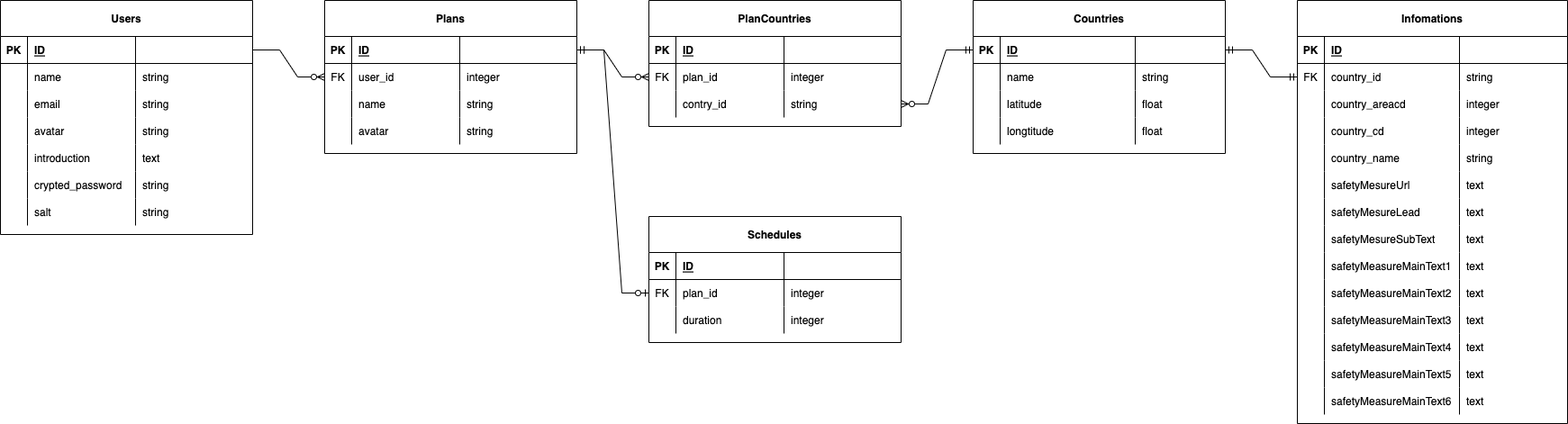
Earlier version of the draw.io export Round_Planner.drawio.png (tomitahisaki/portfolio). Source tidied: cells renumbered, new cells last; positions are measured from the earlier drawing's top-left corner, leaving out a move shared by most shapes.
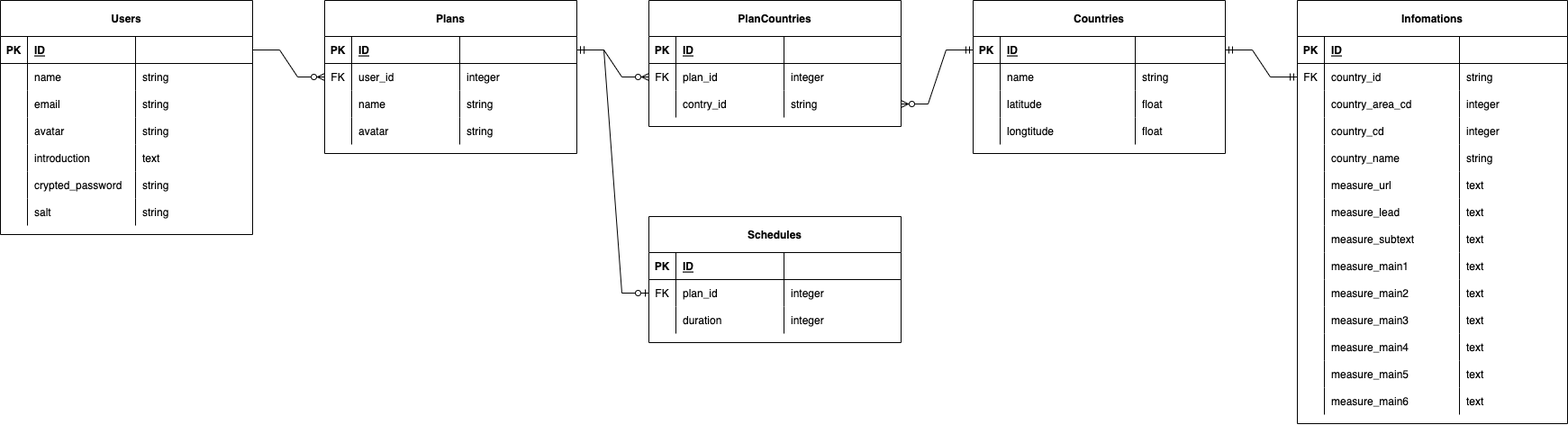
After the commit.

Commit message:
Round_Planner.drawio.png を追加しました。

Diff of the diagram source:
```diff
@@ -316,7 +316,7 @@
     <mxCell id="105" style="shape=partialRectangle;overflow=hidden;fillColor=none;top=0;left=0;bottom=0;right=0;labelBackgroundColor=none;rounded=0;" parent="104" vertex="1">
       <mxGeometry width="30" height="30" as="geometry" />
     </mxCell>
-    <mxCell id="106" value="country_areacd" style="shape=partialRectangle;overflow=hidden;fillColor=none;top=0;left=0;bottom=0;right=0;align=left;spacingLeft=6;labelBackgroundColor=none;rounded=0;" parent="104" vertex="1">
+    <mxCell id="106" value="country_area_cd" style="shape=partialRectangle;overflow=hidden;fillColor=none;top=0;left=0;bottom=0;right=0;align=left;spacingLeft=6;labelBackgroundColor=none;rounded=0;" parent="104" vertex="1">
       <mxGeometry x="30" width="150" height="30" as="geometry" />
     </mxCell>
     <mxCell id="107" value="integer" style="shape=partialRectangle;overflow=hidden;fillColor=none;top=0;left=0;bottom=0;right=0;align=left;spacingLeft=6;labelBackgroundColor=none;rounded=0;" parent="104" vertex="1">
@@ -352,7 +352,7 @@
     <mxCell id="117" style="shape=partialRectangle;overflow=hidden;fillColor=none;top=0;left=0;bottom=0;right=0;labelBackgroundColor=none;rounded=0;" parent="116" vertex="1">
       <mxGeometry width="30" height="30" as="geometry" />
     </mxCell>
-    <mxCell id="118" value="safetyMesureUrl" style="shape=partialRectangle;overflow=hidden;fillColor=none;top=0;left=0;bottom=0;right=0;align=left;spacingLeft=6;labelBackgroundColor=none;rounded=0;" parent="116" vertex="1">
+    <mxCell id="118" value="measure_url" style="shape=partialRectangle;overflow=hidden;fillColor=none;top=0;left=0;bottom=0;right=0;align=left;spacingLeft=6;labelBackgroundColor=none;rounded=0;" parent="116" vertex="1">
       <mxGeometry x="30" width="150" height="30" as="geometry" />
     </mxCell>
     <mxCell id="119" value="text" style="shape=partialRectangle;overflow=hidden;fillColor=none;top=0;left=0;bottom=0;right=0;align=left;spacingLeft=6;labelBackgroundColor=none;rounded=0;" parent="116" vertex="1">
@@ -364,7 +364,7 @@
     <mxCell id="121" style="shape=partialRectangle;overflow=hidden;fillColor=none;top=0;left=0;bottom=0;right=0;labelBackgroundColor=none;rounded=0;" parent="120" vertex="1">
       <mxGeometry width="30" height="30" as="geometry" />
     </mxCell>
-    <mxCell id="122" value="safetyMesureLead" style="shape=partialRectangle;overflow=hidden;fillColor=none;top=0;left=0;bottom=0;right=0;align=left;spacingLeft=6;labelBackgroundColor=none;rounded=0;" parent="120" vertex="1">
+    <mxCell id="122" value="measure_lead" style="shape=partialRectangle;overflow=hidden;fillColor=none;top=0;left=0;bottom=0;right=0;align=left;spacingLeft=6;labelBackgroundColor=none;rounded=0;" parent="120" vertex="1">
       <mxGeometry x="30" width="150" height="30" as="geometry" />
     </mxCell>
     <mxCell id="123" value="text" style="shape=partialRectangle;overflow=hidden;fillColor=none;top=0;left=0;bottom=0;right=0;align=left;spacingLeft=6;labelBackgroundColor=none;rounded=0;" parent="120" vertex="1">
@@ -376,7 +376,7 @@
     <mxCell id="125" style="shape=partialRectangle;overflow=hidden;fillColor=none;top=0;left=0;bottom=0;right=0;labelBackgroundColor=none;rounded=0;" parent="124" vertex="1">
       <mxGeometry width="30" height="30" as="geometry" />
     </mxCell>
-    <mxCell id="126" value="safetyMesureSubText" style="shape=partialRectangle;overflow=hidden;fillColor=none;top=0;left=0;bottom=0;right=0;align=left;spacingLeft=6;labelBackgroundColor=none;rounded=0;" parent="124" vertex="1">
+    <mxCell id="126" value="measure_subtext" style="shape=partialRectangle;overflow=hidden;fillColor=none;top=0;left=0;bottom=0;right=0;align=left;spacingLeft=6;labelBackgroundColor=none;rounded=0;" parent="124" vertex="1">
       <mxGeometry x="30" width="150" height="30" as="geometry" />
     </mxCell>
     <mxCell id="127" value="text" style="shape=partialRectangle;overflow=hidden;fillColor=none;top=0;left=0;bottom=0;right=0;align=left;spacingLeft=6;labelBackgroundColor=none;rounded=0;" parent="124" vertex="1">
@@ -388,7 +388,7 @@
     <mxCell id="129" style="shape=partialRectangle;overflow=hidden;fillColor=none;top=0;left=0;bottom=0;right=0;labelBackgroundColor=none;rounded=0;" parent="128" vertex="1">
       <mxGeometry width="30" height="30" as="geometry" />
     </mxCell>
-    <mxCell id="130" value="safetyMeasureMainText1" style="shape=partialRectangle;overflow=hidden;fillColor=none;top=0;left=0;bottom=0;right=0;align=left;spacingLeft=6;labelBackgroundColor=none;rounded=0;" parent="128" vertex="1">
+    <mxCell id="130" value="measure_main1" style="shape=partialRectangle;overflow=hidden;fillColor=none;top=0;left=0;bottom=0;right=0;align=left;spacingLeft=6;labelBackgroundColor=none;rounded=0;" parent="128" vertex="1">
       <mxGeometry x="30" width="150" height="30" as="geometry" />
     </mxCell>
     <mxCell id="131" value="text" style="shape=partialRectangle;overflow=hidden;fillColor=none;top=0;left=0;bottom=0;right=0;align=left;spacingLeft=6;labelBackgroundColor=none;rounded=0;" parent="128" vertex="1">
@@ -400,7 +400,7 @@
     <mxCell id="133" style="shape=partialRectangle;overflow=hidden;fillColor=none;top=0;left=0;bottom=0;right=0;labelBackgroundColor=none;rounded=0;" parent="132" vertex="1">
       <mxGeometry width="30" height="30" as="geometry" />
     </mxCell>
-    <mxCell id="134" value="safetyMeasureMainText2" style="shape=partialRectangle;overflow=hidden;fillColor=none;top=0;left=0;bottom=0;right=0;align=left;spacingLeft=6;labelBackgroundColor=none;rounded=0;" parent="132" vertex="1">
+    <mxCell id="134" value="measure_main2" style="shape=partialRectangle;overflow=hidden;fillColor=none;top=0;left=0;bottom=0;right=0;align=left;spacingLeft=6;labelBackgroundColor=none;rounded=0;" parent="132" vertex="1">
       <mxGeometry x="30" width="150" height="30" as="geometry" />
     </mxCell>
     <mxCell id="135" value="text" style="shape=partialRectangle;overflow=hidden;fillColor=none;top=0;left=0;bottom=0;right=0;align=left;spacingLeft=6;labelBackgroundColor=none;rounded=0;" parent="132" vertex="1">
@@ -412,7 +412,7 @@
     <mxCell id="137" style="shape=partialRectangle;overflow=hidden;fillColor=none;top=0;left=0;bottom=0;right=0;labelBackgroundColor=none;rounded=0;" parent="136" vertex="1">
       <mxGeometry width="30" height="30" as="geometry" />
     </mxCell>
-    <mxCell id="138" value="safetyMeasureMainText3" style="shape=partialRectangle;overflow=hidden;fillColor=none;top=0;left=0;bottom=0;right=0;align=left;spacingLeft=6;labelBackgroundColor=none;rounded=0;" parent="136" vertex="1">
+    <mxCell id="138" value="measure_main3" style="shape=partialRectangle;overflow=hidden;fillColor=none;top=0;left=0;bottom=0;right=0;align=left;spacingLeft=6;labelBackgroundColor=none;rounded=0;" parent="136" vertex="1">
       <mxGeometry x="30" width="150" height="30" as="geometry" />
     </mxCell>
     <mxCell id="139" value="text" style="shape=partialRectangle;overflow=hidden;fillColor=none;top=0;left=0;bottom=0;right=0;align=left;spacingLeft=6;labelBackgroundColor=none;rounded=0;" parent="136" vertex="1">
@@ -424,7 +424,7 @@
     <mxCell id="141" style="shape=partialRectangle;overflow=hidden;fillColor=none;top=0;left=0;bottom=0;right=0;labelBackgroundColor=none;rounded=0;" parent="140" vertex="1">
       <mxGeometry width="30" height="30" as="geometry" />
     </mxCell>
-    <mxCell id="142" value="safetyMeasureMainText4" style="shape=partialRectangle;overflow=hidden;fillColor=none;top=0;left=0;bottom=0;right=0;align=left;spacingLeft=6;labelBackgroundColor=none;rounded=0;" parent="140" vertex="1">
+    <mxCell id="142" value="measure_main4" style="shape=partialRectangle;overflow=hidden;fillColor=none;top=0;left=0;bottom=0;right=0;align=left;spacingLeft=6;labelBackgroundColor=none;rounded=0;" parent="140" vertex="1">
       <mxGeometry x="30" width="150" height="30" as="geometry" />
     </mxCell>
     <mxCell id="143" value="text" style="shape=partialRectangle;overflow=hidden;fillColor=none;top=0;left=0;bottom=0;right=0;align=left;spacingLeft=6;labelBackgroundColor=none;rounded=0;" parent="140" vertex="1">
@@ -436,7 +436,7 @@
     <mxCell id="145" style="shape=partialRectangle;overflow=hidden;fillColor=none;top=0;left=0;bottom=0;right=0;labelBackgroundColor=none;rounded=0;" parent="144" vertex="1">
       <mxGeometry width="30" height="30" as="geometry" />
     </mxCell>
-    <mxCell id="146" value="safetyMeasureMainText5" style="shape=partialRectangle;overflow=hidden;fillColor=none;top=0;left=0;bottom=0;right=0;align=left;spacingLeft=6;labelBackgroundColor=none;rounded=0;" parent="144" vertex="1">
+    <mxCell id="146" value="measure_main5" style="shape=partialRectangle;overflow=hidden;fillColor=none;top=0;left=0;bottom=0;right=0;align=left;spacingLeft=6;labelBackgroundColor=none;rounded=0;" parent="144" vertex="1">
       <mxGeometry x="30" width="150" height="30" as="geometry" />
     </mxCell>
     <mxCell id="147" value="text" style="shape=partialRectangle;overflow=hidden;fillColor=none;top=0;left=0;bottom=0;right=0;align=left;spacingLeft=6;labelBackgroundColor=none;rounded=0;" parent="144" vertex="1">
@@ -448,7 +448,7 @@
     <mxCell id="149" style="shape=partialRectangle;overflow=hidden;fillColor=none;top=0;left=0;bottom=0;right=0;labelBackgroundColor=none;rounded=0;" parent="148" vertex="1">
       <mxGeometry width="30" height="30" as="geometry" />
     </mxCell>
-    <mxCell id="150" value="safetyMeasureMainText6" style="shape=partialRectangle;overflow=hidden;fillColor=none;top=0;left=0;bottom=0;right=0;align=left;spacingLeft=6;labelBackgroundColor=none;rounded=0;" parent="148" vertex="1">
+    <mxCell id="150" value="measure_main6" style="shape=partialRectangle;overflow=hidden;fillColor=none;top=0;left=0;bottom=0;right=0;align=left;spacingLeft=6;labelBackgroundColor=none;rounded=0;" parent="148" vertex="1">
       <mxGeometry x="30" width="150" height="30" as="geometry" />
     </mxCell>
     <mxCell id="151" value="text" style="shape=partialRectangle;overflow=hidden;fillColor=none;top=0;left=0;bottom=0;right=0;align=left;spacingLeft=6;labelBackgroundColor=none;rounded=0;" parent="148" vertex="1">
```
